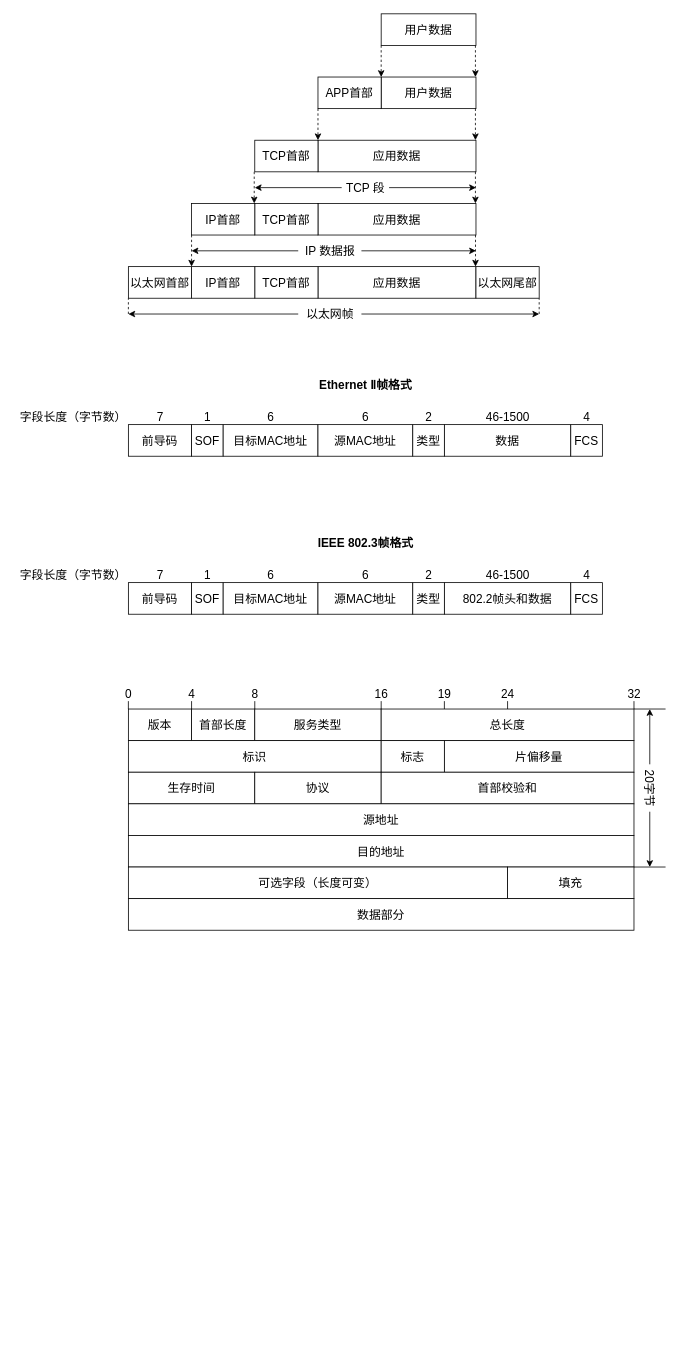
Earlier version of the draw.io diagram posts/ethernet-packet-structure/A.drawio (kingtuo123/kingtuo123.github.io). Source tidied: cells renumbered, new cells numbered last; positions are measured from the earlier drawing's top-left corner, leaving out a move shared by most shapes. Both pictures are drawn from the tidied source at 79%, with x=0, y=0 at pixel (13, 13).
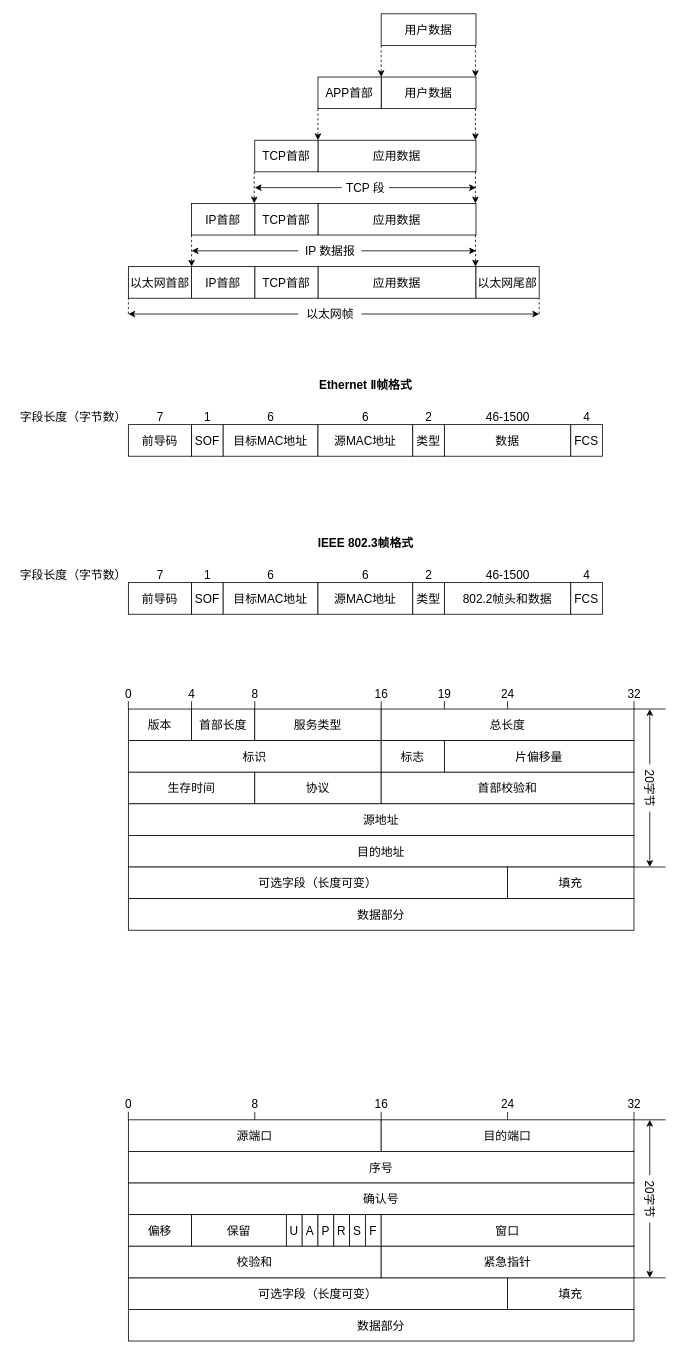
After the change.

Change to the diagram source:
```diff
@@
+    <mxCell id="100" value="源端口" style="rounded=0;whiteSpace=wrap;html=1;fontSize=15;" parent="1" vertex="1">
+      <mxGeometry x="145" y="1400" width="320" height="40" as="geometry" />
+    </mxCell>
+    <mxCell id="101" value="目的端口" style="rounded=0;whiteSpace=wrap;html=1;fontSize=15;" parent="1" vertex="1">
+      <mxGeometry x="465" y="1400" width="320" height="40" as="geometry" />
+    </mxCell>
+    <mxCell id="102" value="序号" style="rounded=0;whiteSpace=wrap;html=1;fontSize=15;" parent="1" vertex="1">
+      <mxGeometry x="145" y="1440" width="640" height="40" as="geometry" />
+    </mxCell>
+    <mxCell id="103" value="确认号" style="rounded=0;whiteSpace=wrap;html=1;fontSize=15;" parent="1" vertex="1">
+      <mxGeometry x="145" y="1480" width="640" height="40" as="geometry" />
+    </mxCell>
+    <mxCell id="104" value="偏移" style="rounded=0;whiteSpace=wrap;html=1;fontSize=15;" parent="1" vertex="1">
+      <mxGeometry x="145" y="1520" width="80" height="40" as="geometry" />
+    </mxCell>
+    <mxCell id="105" value="可选字段（长度可变）" style="rounded=0;whiteSpace=wrap;html=1;fontSize=15;" parent="1" vertex="1">
+      <mxGeometry x="145" y="1600" width="480" height="40" as="geometry" />
+    </mxCell>
+    <mxCell id="106" value="填充" style="rounded=0;whiteSpace=wrap;html=1;fontSize=15;" parent="1" vertex="1">
+      <mxGeometry x="625" y="1600" width="160" height="40" as="geometry" />
+    </mxCell>
+    <mxCell id="107" value="数据部分" style="rounded=0;whiteSpace=wrap;html=1;fontSize=15;" parent="1" vertex="1">
+      <mxGeometry x="145" y="1640" width="640" height="40" as="geometry" />
+    </mxCell>
+    <mxCell id="108" style="endArrow=none;html=1;rounded=0;fontSize=15;strokeWidth=1;" parent="1" edge="1">
+      <mxGeometry relative="1" as="geometry">
+        <mxPoint x="145" y="1400" as="sourcePoint" />
+        <mxPoint x="145" y="1390" as="targetPoint" />
+      </mxGeometry>
+    </mxCell>
+    <mxCell id="109" style="endArrow=none;html=1;rounded=0;fontSize=15;strokeWidth=1;exitX=0;exitY=0;exitDx=0;exitDy=0;" parent="1" edge="1">
+      <mxGeometry relative="1" as="geometry">
+        <mxPoint x="305" y="1400" as="sourcePoint" />
+        <mxPoint x="305" y="1390" as="targetPoint" />
+      </mxGeometry>
+    </mxCell>
+    <mxCell id="110" style="endArrow=none;html=1;rounded=0;fontSize=15;strokeWidth=1;exitX=0;exitY=0;exitDx=0;exitDy=0;" parent="1" edge="1" source="101">
+      <mxGeometry relative="1" as="geometry">
+        <mxPoint x="465" y="1390" as="targetPoint" />
+      </mxGeometry>
+    </mxCell>
+    <mxCell id="111" style="endArrow=none;html=1;rounded=0;fontSize=15;strokeWidth=1;exitX=1;exitY=0;exitDx=0;exitDy=0;" parent="1" edge="1" source="101">
+      <mxGeometry relative="1" as="geometry">
+        <mxPoint x="785" y="1390" as="targetPoint" />
+      </mxGeometry>
+    </mxCell>
+    <mxCell id="112" value="0" style="text;html=1;align=center;verticalAlign=middle;strokeColor=none;fillColor=none;fontSize=15;" parent="1" vertex="1">
+      <mxGeometry x="135" y="1370" width="20" height="20" as="geometry" />
+    </mxCell>
+    <mxCell id="113" value="8" style="text;html=1;align=center;verticalAlign=middle;strokeColor=none;fillColor=none;fontSize=15;" parent="1" vertex="1">
+      <mxGeometry x="295" y="1370" width="20" height="20" as="geometry" />
+    </mxCell>
+    <mxCell id="114" value="16" style="text;html=1;align=center;verticalAlign=middle;strokeColor=none;fillColor=none;fontSize=15;" parent="1" vertex="1">
+      <mxGeometry x="450" y="1370" width="30" height="20" as="geometry" />
+    </mxCell>
+    <mxCell id="115" value="32" style="text;html=1;align=center;verticalAlign=middle;strokeColor=none;fillColor=none;fontSize=15;" parent="1" vertex="1">
+      <mxGeometry x="770" y="1370" width="30" height="20" as="geometry" />
+    </mxCell>
+    <mxCell id="116" style="endArrow=none;html=1;rounded=0;fontSize=15;strokeWidth=1;" parent="1" edge="1" target="101">
+      <mxGeometry relative="1" as="geometry">
+        <mxPoint x="625" y="1390" as="sourcePoint" />
+      </mxGeometry>
+    </mxCell>
+    <mxCell id="117" value="24" style="text;html=1;align=center;verticalAlign=middle;strokeColor=none;fillColor=none;fontSize=15;" parent="1" vertex="1">
+      <mxGeometry x="610" y="1370" width="30" height="20" as="geometry" />
+    </mxCell>
+    <mxCell id="118" style="endArrow=none;html=1;rounded=0;fontSize=15;strokeWidth=1;" parent="1" edge="1">
+      <mxGeometry relative="1" as="geometry">
+        <mxPoint x="785" y="1400" as="sourcePoint" />
+        <mxPoint x="825" y="1400" as="targetPoint" />
+      </mxGeometry>
+    </mxCell>
+    <mxCell id="119" style="endArrow=none;html=1;rounded=0;fontSize=15;strokeWidth=1;exitX=1;exitY=0;exitDx=0;exitDy=0;" parent="1" edge="1" source="106">
+      <mxGeometry relative="1" as="geometry">
+        <mxPoint x="825" y="1600" as="targetPoint" />
+      </mxGeometry>
+    </mxCell>
+    <mxCell id="120" style="endArrow=classic;startArrow=none;html=1;rounded=0;fontSize=15;strokeWidth=1;" parent="1" edge="1" source="121">
+      <mxGeometry relative="1" as="geometry">
+        <mxPoint x="805" y="1400" as="targetPoint" />
+      </mxGeometry>
+    </mxCell>
+    <mxCell id="121" value="20字节" style="text;html=1;align=center;verticalAlign=middle;points=[];strokeColor=none;fillColor=none;fontSize=15;rotation=90;" parent="1" vertex="1">
+      <mxGeometry x="775" y="1490" width="60" height="20" as="geometry" />
+    </mxCell>
+    <mxCell id="122" style="endArrow=none;startArrow=classic;html=1;rounded=0;fontSize=15;strokeWidth=1;" parent="1" edge="1" target="121">
+      <mxGeometry relative="1" as="geometry">
+        <mxPoint x="805" y="1600" as="sourcePoint" />
+      </mxGeometry>
+    </mxCell>
+    <mxCell id="123" value="保留" style="rounded=0;whiteSpace=wrap;html=1;fontSize=15;" parent="1" vertex="1">
+      <mxGeometry x="225" y="1520" width="120" height="40" as="geometry" />
+    </mxCell>
+    <mxCell id="124" value="U" style="rounded=0;whiteSpace=wrap;html=1;fontSize=15;" parent="1" vertex="1">
+      <mxGeometry x="345" y="1520" width="20" height="40" as="geometry" />
+    </mxCell>
+    <mxCell id="125" value="A" style="rounded=0;whiteSpace=wrap;html=1;fontSize=15;" parent="1" vertex="1">
+      <mxGeometry x="365" y="1520" width="20" height="40" as="geometry" />
+    </mxCell>
+    <mxCell id="126" value="P" style="rounded=0;whiteSpace=wrap;html=1;fontSize=15;" parent="1" vertex="1">
+      <mxGeometry x="385" y="1520" width="20" height="40" as="geometry" />
+    </mxCell>
+    <mxCell id="127" value="R" style="rounded=0;whiteSpace=wrap;html=1;fontSize=15;" parent="1" vertex="1">
+      <mxGeometry x="405" y="1520" width="20" height="40" as="geometry" />
+    </mxCell>
+    <mxCell id="128" value="S" style="rounded=0;whiteSpace=wrap;html=1;fontSize=15;" parent="1" vertex="1">
+      <mxGeometry x="425" y="1520" width="20" height="40" as="geometry" />
+    </mxCell>
+    <mxCell id="129" value="F" style="rounded=0;whiteSpace=wrap;html=1;fontSize=15;" parent="1" vertex="1">
+      <mxGeometry x="445" y="1520" width="20" height="40" as="geometry" />
+    </mxCell>
+    <mxCell id="130" value="窗口" style="rounded=0;whiteSpace=wrap;html=1;fontSize=15;" parent="1" vertex="1">
+      <mxGeometry x="465" y="1520" width="320" height="40" as="geometry" />
+    </mxCell>
+    <mxCell id="131" value="校验和" style="rounded=0;whiteSpace=wrap;html=1;fontSize=15;" parent="1" vertex="1">
+      <mxGeometry x="145" y="1560" width="320" height="40" as="geometry" />
+    </mxCell>
+    <mxCell id="132" value="紧急指针" style="rounded=0;whiteSpace=wrap;html=1;fontSize=15;" parent="1" vertex="1">
+      <mxGeometry x="465" y="1560" width="320" height="40" as="geometry" />
+    </mxCell>
```
